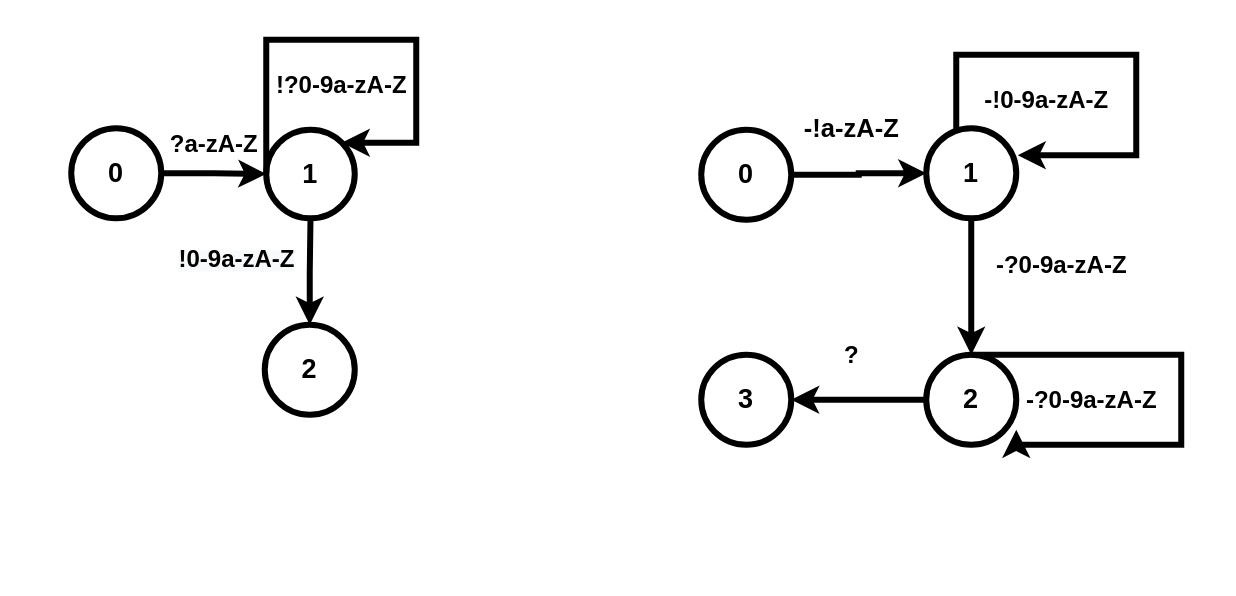
This is Untitled Diagram.drawio from nikit34/lab_sp5, a draw.io file, before an edit. Source tidied: cells renumbered, new cells numbered last; positions are measured from the earlier drawing's top-left corner, leaving out a move shared by most shapes. Both pictures are drawn from the tidied source at 150%, with x=0, y=0 at pixel (70, 39).
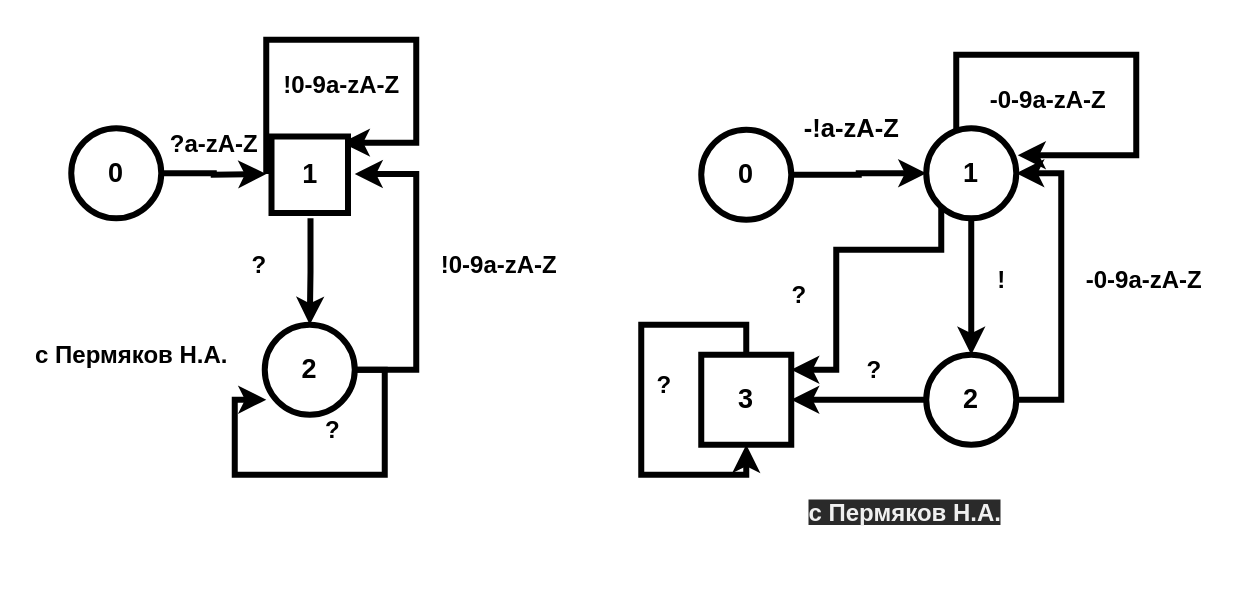
Above is the later version.

The change refers to these unchanged cells:
```xml
<mxCell id="2" value="&lt;span style=&quot;font-size: 18px&quot;&gt;&lt;b&gt;2&lt;/b&gt;&lt;/span&gt;" style="ellipse;whiteSpace=wrap;html=1;strokeWidth=4;" parent="1" vertex="1">
  <mxGeometry x="129" y="190" width="60" height="60" as="geometry" />
</mxCell>
<mxCell id="6" value="&lt;font style=&quot;font-size: 18px&quot;&gt;&lt;b&gt;1&lt;/b&gt;&lt;/font&gt;" style="ellipse;whiteSpace=wrap;html=1;strokeWidth=4;" parent="1" vertex="1">
  <mxGeometry x="570" y="59" width="60" height="60" as="geometry" />
</mxCell>
<mxCell id="11" value="&lt;font style=&quot;font-size: 18px&quot;&gt;&lt;b&gt;0&lt;/b&gt;&lt;/font&gt;" style="ellipse;whiteSpace=wrap;html=1;strokeWidth=4;" parent="1" vertex="1">
  <mxGeometry y="59" width="60" height="60" as="geometry" />
</mxCell>
<mxCell id="13" value="&lt;font style=&quot;font-size: 18px&quot;&gt;&lt;b&gt;2&lt;/b&gt;&lt;/font&gt;" style="ellipse;whiteSpace=wrap;html=1;strokeWidth=4;" parent="1" vertex="1">
  <mxGeometry x="570" y="210" width="60" height="60" as="geometry" />
</mxCell>
```

Change to the diagram source:
```diff
@@
+    <mxCell id="25" style="edgeStyle=orthogonalEdgeStyle;rounded=0;jettySize=auto;html=1;entryX=1;entryY=0.5;entryDx=0;entryDy=0;strokeWidth=4;" parent="1" edge="1" source="2">
+      <mxGeometry relative="1" as="geometry">
+        <mxPoint x="189" y="89.5" as="targetPoint" />
+        <Array as="points">
+          <mxPoint x="230" y="220" />
+          <mxPoint x="230" y="90" />
+        </Array>
+      </mxGeometry>
+    </mxCell>
@@
-    <mxCell id="3" style="edgeStyle=orthogonalEdgeStyle;rounded=0;jettySize=auto;html=1;entryX=0.5;entryY=0;entryDx=0;entryDy=0;strokeWidth=4;" parent="1" edge="1" source="4" target="2">
+    <mxCell id="3" style="edgeStyle=orthogonalEdgeStyle;rounded=0;jettySize=auto;html=1;entryX=0.5;entryY=0;entryDx=0;entryDy=0;strokeWidth=4;" parent="1" edge="1" target="2">
       <mxGeometry relative="1" as="geometry">
+        <mxPoint x="159.5" y="119" as="sourcePoint" />
         <Array as="points">
           <mxPoint x="159" y="155" />
         </Array>
       </mxGeometry>
     </mxCell>
-    <mxCell id="4" value="&lt;font style=&quot;font-size: 18px&quot;&gt;&lt;b&gt;1&lt;/b&gt;&lt;/font&gt;" style="ellipse;whiteSpace=wrap;html=1;strokeWidth=4;" parent="1" vertex="1">
-      <mxGeometry x="130" y="60" width="59" height="59" as="geometry" />
-    </mxCell>
@@
+    <mxCell id="26" style="edgeStyle=orthogonalEdgeStyle;rounded=0;jettySize=auto;html=1;strokeWidth=4;" parent="1" edge="1" source="6">
+      <mxGeometry relative="1" as="geometry">
+        <mxPoint x="480" y="220" as="targetPoint" />
+        <Array as="points">
+          <mxPoint x="580" y="140" />
+          <mxPoint x="510" y="140" />
+          <mxPoint x="510" y="220" />
+        </Array>
+      </mxGeometry>
+    </mxCell>
@@
-    <mxCell id="7" value="&lt;font style=&quot;font-size: 18px&quot;&gt;&lt;b&gt;3&lt;/b&gt;&lt;/font&gt;" style="ellipse;whiteSpace=wrap;html=1;strokeWidth=4;" parent="1" vertex="1">
-      <mxGeometry x="420" y="210" width="60" height="60" as="geometry" />
-    </mxCell>
@@
-    <mxCell id="10" style="edgeStyle=orthogonalEdgeStyle;rounded=0;jettySize=auto;html=1;entryX=0;entryY=0.5;entryDx=0;entryDy=0;strokeWidth=4;" parent="1" edge="1" source="11" target="4">
-      <mxGeometry relative="1" as="geometry" />
+    <mxCell id="10" style="edgeStyle=orthogonalEdgeStyle;rounded=0;jettySize=auto;html=1;entryX=0;entryY=0.5;entryDx=0;entryDy=0;strokeWidth=4;" parent="1" edge="1" source="11">
+      <mxGeometry relative="1" as="geometry">
+        <mxPoint x="130" y="89.5" as="targetPoint" />
+      </mxGeometry>
     </mxCell>
@@
-    <mxCell id="12" style="edgeStyle=orthogonalEdgeStyle;rounded=0;jettySize=auto;html=1;exitX=0;exitY=0.5;exitDx=0;exitDy=0;entryX=1;entryY=0.5;entryDx=0;entryDy=0;strokeWidth=4;" parent="1" edge="1" source="13" target="7">
-      <mxGeometry relative="1" as="geometry" />
+    <mxCell id="12" style="edgeStyle=orthogonalEdgeStyle;rounded=0;jettySize=auto;html=1;exitX=0;exitY=0.5;exitDx=0;exitDy=0;entryX=1;entryY=0.5;entryDx=0;entryDy=0;strokeWidth=4;" parent="1" edge="1" source="13">
+      <mxGeometry relative="1" as="geometry">
+        <mxPoint x="480" y="240" as="targetPoint" />
+      </mxGeometry>
     </mxCell>
+    <mxCell id="27" style="edgeStyle=orthogonalEdgeStyle;rounded=0;jettySize=auto;html=1;entryX=1;entryY=0.5;entryDx=0;entryDy=0;strokeWidth=4;" parent="1" edge="1" source="13" target="6">
+      <mxGeometry relative="1" as="geometry">
+        <Array as="points">
+          <mxPoint x="660" y="240" />
+          <mxPoint x="660" y="89" />
+        </Array>
+      </mxGeometry>
+    </mxCell>
@@
-    <mxCell id="15" style="edgeStyle=orthogonalEdgeStyle;rounded=0;orthogonalLoop=1;jettySize=auto;html=1;entryX=1;entryY=0;entryDx=0;entryDy=0;strokeWidth=4;" parent="1" edge="1" source="4" target="4">
+    <mxCell id="15" style="edgeStyle=orthogonalEdgeStyle;rounded=0;orthogonalLoop=1;jettySize=auto;html=1;entryX=1;entryY=0;entryDx=0;entryDy=0;strokeWidth=4;" parent="1" edge="1">
       <mxGeometry relative="1" as="geometry">
+        <mxPoint x="130" y="89.5" as="sourcePoint" />
+        <mxPoint x="180.4" y="68.6" as="targetPoint" />
         <Array as="points">
           <mxPoint x="130" />
           <mxPoint x="230" />
           <mxPoint x="230" y="69" />
         </Array>
       </mxGeometry>
     </mxCell>
-    <mxCell id="16" value="&lt;b&gt;&lt;font style=&quot;font-size: 16px&quot;&gt;!?0-9a-zA-Z&lt;/font&gt;&lt;/b&gt;" style="text;html=1;align=center;verticalAlign=middle;" parent="1" vertex="1">
-      <mxGeometry x="130" y="20" width="100" height="20" as="geometry" />
+    <mxCell id="16" value="&lt;b&gt;&lt;font style=&quot;font-size: 16px&quot;&gt;!0-9a-zA-Z&lt;/font&gt;&lt;/b&gt;" style="text;html=1;align=center;verticalAlign=middle;" parent="1" vertex="1">
+      <mxGeometry x="135" y="20" width="90" height="20" as="geometry" />
     </mxCell>
-    <mxCell id="17" value="&lt;b style=&quot;color: rgb(0 , 0 , 0) ; font-family: &amp;#34;helvetica&amp;#34; ; font-size: 12px ; font-style: normal ; letter-spacing: normal ; text-align: center ; text-indent: 0px ; text-transform: none ; word-spacing: 0px ; background-color: rgb(248 , 249 , 250)&quot;&gt;&lt;font style=&quot;font-size: 16px&quot;&gt;!0-9a-zA-Z&lt;/font&gt;&lt;/b&gt;" style="text;whiteSpace=wrap;html=1;" parent="1" vertex="1">
-      <mxGeometry x="70" y="130" width="110" height="30" as="geometry" />
-    </mxCell>
@@
-    <mxCell id="20" value="&lt;b&gt;&lt;font style=&quot;font-size: 16px&quot;&gt;-!0-9a-zA-Z&lt;/font&gt;&lt;/b&gt;" style="text;html=1;align=center;verticalAlign=middle;" parent="1" vertex="1">
-      <mxGeometry x="600" y="30" width="100" height="20" as="geometry" />
+    <mxCell id="20" value="&lt;b&gt;&lt;font style=&quot;font-size: 16px&quot;&gt;-0-9a-zA-Z&lt;/font&gt;&lt;/b&gt;" style="text;html=1;align=center;verticalAlign=middle;" parent="1" vertex="1">
+      <mxGeometry x="606" y="30" width="90" height="20" as="geometry" />
     </mxCell>
-    <mxCell id="21" value="&lt;b&gt;&lt;font style=&quot;font-size: 16px&quot;&gt;-?0-9a-zA-Z&lt;/font&gt;&lt;/b&gt;" style="text;html=1;align=center;verticalAlign=middle;" parent="1" vertex="1">
-      <mxGeometry x="610" y="140" width="100" height="20" as="geometry" />
+    <mxCell id="21" value="&lt;b&gt;&lt;font style=&quot;font-size: 16px&quot;&gt;!&lt;br&gt;&lt;/font&gt;&lt;/b&gt;" style="text;html=1;align=center;verticalAlign=middle;" parent="1" vertex="1">
+      <mxGeometry x="610" y="150" width="20" height="20" as="geometry" />
     </mxCell>
     <mxCell id="22" value="&lt;font style=&quot;font-size: 16px&quot;&gt;&lt;b&gt;?&lt;/b&gt;&lt;/font&gt;" style="text;html=1;align=center;verticalAlign=middle;" parent="1" vertex="1">
-      <mxGeometry x="505" y="200" width="30" height="20" as="geometry" />
+      <mxGeometry x="520" y="210" width="30" height="20" as="geometry" />
     </mxCell>
-    <mxCell id="23" style="edgeStyle=orthogonalEdgeStyle;rounded=0;orthogonalLoop=1;jettySize=auto;html=1;entryX=1;entryY=0.833;entryDx=0;entryDy=0;entryPerimeter=0;strokeWidth=4;" parent="1" edge="1" source="13" target="13">
-      <mxGeometry relative="1" as="geometry">
-        <Array as="points">
-          <mxPoint x="740" y="210" />
-          <mxPoint x="740" y="270" />
-          <mxPoint x="630" y="270" />
-        </Array>
-      </mxGeometry>
-    </mxCell>
-    <mxCell id="24" value="&lt;b&gt;&lt;font style=&quot;font-size: 16px&quot;&gt;-?0-9a-zA-Z&lt;/font&gt;&lt;/b&gt;" style="text;html=1;align=center;verticalAlign=middle;" parent="1" vertex="1">
-      <mxGeometry x="630" y="230" width="100" height="20" as="geometry" />
+    <mxCell id="24" value="&lt;b&gt;&lt;font style=&quot;font-size: 16px&quot;&gt;-0-9a-zA-Z&lt;/font&gt;&lt;/b&gt;" style="text;html=1;align=center;verticalAlign=middle;" parent="1" vertex="1">
+      <mxGeometry x="670" y="150" width="90" height="20" as="geometry" />
     </mxCell>
+    <mxCell id="28" value="&lt;font style=&quot;font-size: 16px&quot;&gt;&lt;b&gt;с Пермяков Н.А.&lt;/b&gt;&lt;/font&gt;" style="text;html=1;align=center;verticalAlign=middle;" parent="1" vertex="1">
+      <mxGeometry x="-30" y="200" width="140" height="20" as="geometry" />
+    </mxCell>
+    <mxCell id="29" value="&#10;&#10;&lt;b style=&quot;color: rgb(240, 240, 240); font-family: helvetica; font-size: 16px; font-style: normal; letter-spacing: normal; text-align: center; text-indent: 0px; text-transform: none; word-spacing: 0px; background-color: rgb(42, 42, 42);&quot;&gt;с Пермяков Н.А.&lt;/b&gt;&#10;&#10;" style="text;whiteSpace=wrap;html=1;" parent="1" vertex="1">
+      <mxGeometry x="490" y="270" width="150" height="30" as="geometry" />
+    </mxCell>
+    <mxCell id="30" value="&lt;font style=&quot;font-size: 16px&quot;&gt;&lt;b&gt;?&lt;/b&gt;&lt;/font&gt;" style="text;html=1;align=center;verticalAlign=middle;" parent="1" vertex="1">
+      <mxGeometry x="110" y="140" width="30" height="20" as="geometry" />
+    </mxCell>
+    <mxCell id="4" value="&lt;font style=&quot;font-size: 18px&quot;&gt;&lt;b&gt;1&lt;/b&gt;&lt;/font&gt;" style="whiteSpace=wrap;html=1;strokeWidth=4;" parent="1" vertex="1">
+      <mxGeometry x="133.5" y="64.5" width="51" height="51" as="geometry" />
+    </mxCell>
+    <mxCell id="17" value="&lt;b&gt;&lt;font style=&quot;font-size: 16px&quot;&gt;!0-9a-zA-Z&lt;/font&gt;&lt;/b&gt;" style="text;html=1;align=center;verticalAlign=middle;" parent="1" vertex="1">
+      <mxGeometry x="240" y="140" width="90" height="20" as="geometry" />
+    </mxCell>
+    <mxCell id="31" value="&lt;font style=&quot;font-size: 16px&quot;&gt;&lt;b&gt;?&lt;/b&gt;&lt;/font&gt;" style="text;html=1;align=center;verticalAlign=middle;" parent="1" vertex="1">
+      <mxGeometry x="159" y="250" width="30" height="20" as="geometry" />
+    </mxCell>
+    <mxCell id="32" style="edgeStyle=orthogonalEdgeStyle;rounded=0;orthogonalLoop=1;jettySize=auto;html=1;entryX=0.017;entryY=0.833;entryDx=0;entryDy=0;entryPerimeter=0;strokeWidth=4;" parent="1" edge="1" source="2" target="2">
+      <mxGeometry relative="1" as="geometry">
+        <Array as="points">
+          <mxPoint x="209" y="220" />
+          <mxPoint x="209" y="290" />
+          <mxPoint x="109" y="290" />
+          <mxPoint x="109" y="240" />
+        </Array>
+      </mxGeometry>
+    </mxCell>
+    <mxCell id="33" style="edgeStyle=orthogonalEdgeStyle;rounded=0;orthogonalLoop=1;jettySize=auto;html=1;entryX=0.5;entryY=1;entryDx=0;entryDy=0;strokeWidth=4;" parent="1" edge="1">
+      <mxGeometry relative="1" as="geometry">
+        <mxPoint x="450" y="210" as="sourcePoint" />
+        <mxPoint x="450" y="270" as="targetPoint" />
+        <Array as="points">
+          <mxPoint x="450" y="190" />
+          <mxPoint x="380" y="190" />
+          <mxPoint x="380" y="290" />
+          <mxPoint x="450" y="290" />
+        </Array>
+      </mxGeometry>
+    </mxCell>
+    <mxCell id="34" value="&lt;font style=&quot;font-size: 16px&quot;&gt;&lt;b&gt;?&lt;/b&gt;&lt;/font&gt;" style="text;html=1;align=center;verticalAlign=middle;" parent="1" vertex="1">
+      <mxGeometry x="470" y="160" width="30" height="20" as="geometry" />
+    </mxCell>
+    <mxCell id="35" value="&lt;font style=&quot;font-size: 16px&quot;&gt;&lt;b&gt;?&lt;/b&gt;&lt;/font&gt;" style="text;html=1;align=center;verticalAlign=middle;" parent="1" vertex="1">
+      <mxGeometry x="380" y="220" width="30" height="20" as="geometry" />
+    </mxCell>
+    <mxCell id="7" value="&lt;font style=&quot;font-size: 18px&quot;&gt;&lt;b&gt;3&lt;/b&gt;&lt;/font&gt;" style="whiteSpace=wrap;html=1;strokeWidth=4;" parent="1" vertex="1">
+      <mxGeometry x="420" y="210" width="60" height="60" as="geometry" />
+    </mxCell>
```
